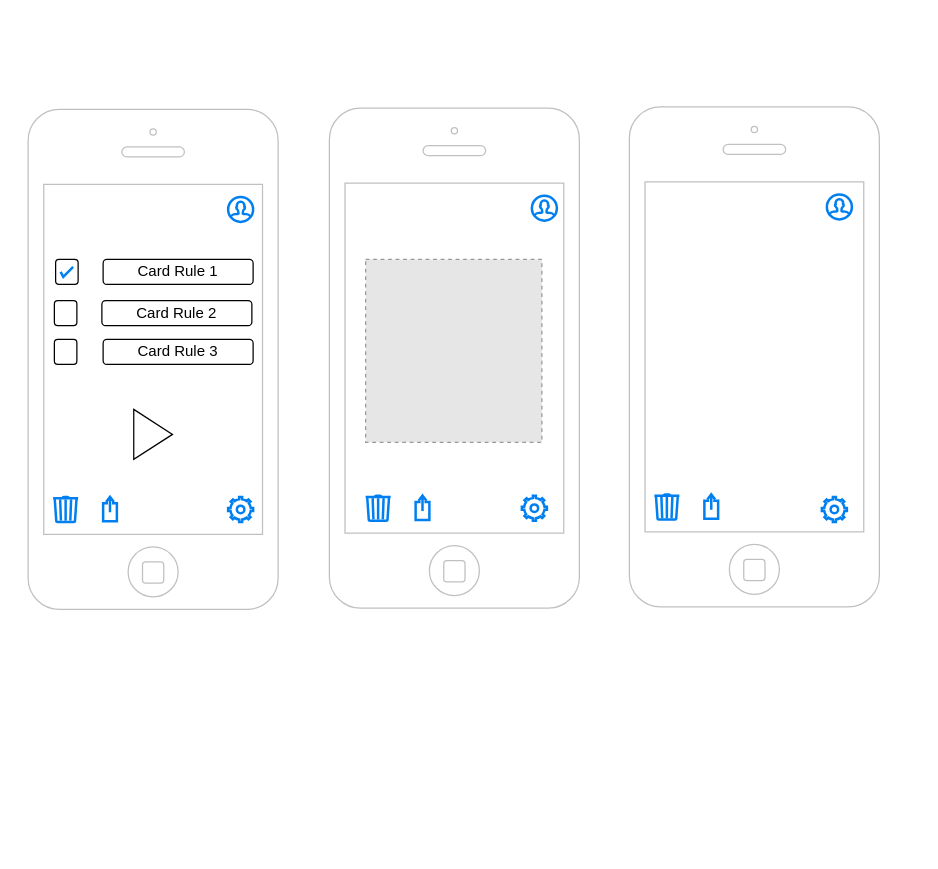
Plymouth-University/comp2003-2025-2026-team-29 keeps this draw.io diagram as Design Documents/Rulescard wireframe diagram.drawio. Above is the earlier version. Source tidied: cells renumbered, new cells numbered last; positions are measured from the earlier drawing's top-left corner, leaving out a move shared by most shapes. Both pictures are drawn from the tidied source at 125%, with x=0, y=0 at pixel (28, 106). Pictures stored in the file or linked from it are replaced by grey dashed boxes.
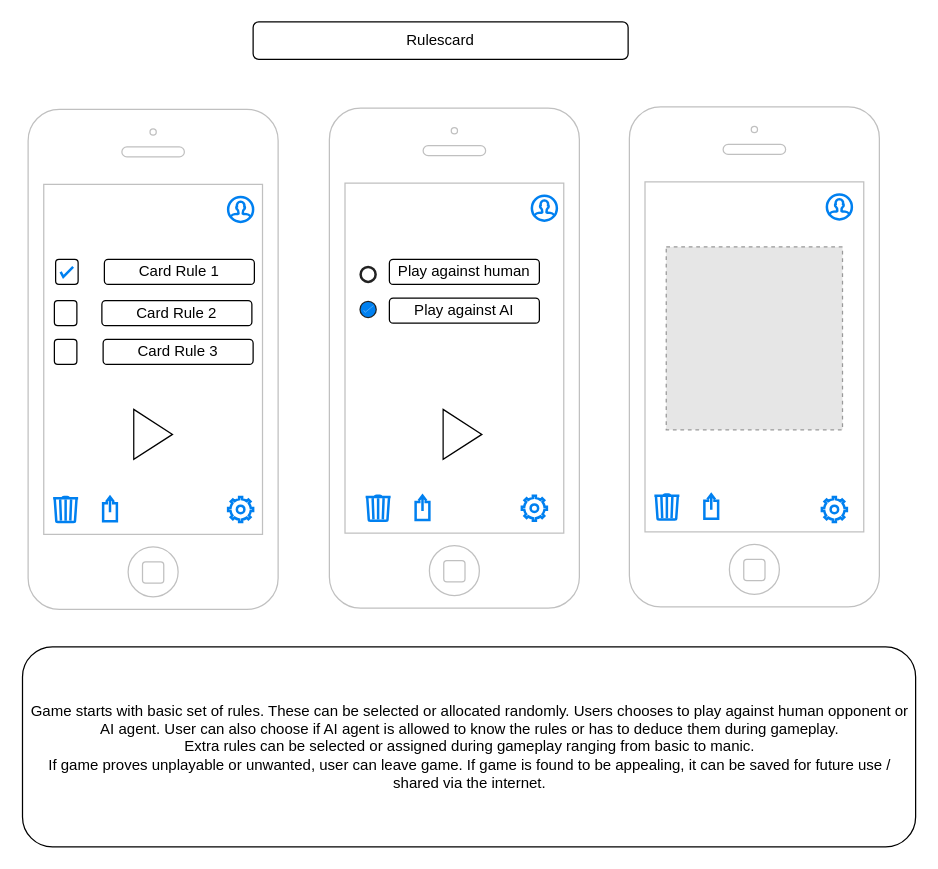
The same page after the edit.

The edit, as a diff of the source:
```diff
@@
     <mxCell id="18" value="Card Rule 1" style="rounded=1;whiteSpace=wrap;html=1;" parent="1" vertex="1">
-      <mxGeometry x="60" y="122" width="120" height="20" as="geometry" />
+      <mxGeometry x="61" y="122" width="120" height="20" as="geometry" />
     </mxCell>
@@
     <mxCell id="25" style="fillColor=#E6E6E6;strokeColor=#999999;dashed=1;verticalLabelPosition=bottom;verticalAlign=top;" parent="1" vertex="1">
-      <mxGeometry x="270" y="122" width="141" height="146.3" as="geometry" />
+      <mxGeometry x="510.5" y="112" width="141" height="146.3" as="geometry" />
     </mxCell>
@@
+    <mxCell id="27" value="Play against human" style="rounded=1;whiteSpace=wrap;html=1;" parent="1" vertex="1">
+      <mxGeometry x="289" y="122" width="120" height="20" as="geometry" />
+    </mxCell>
+    <mxCell id="28" value="Play against AI" style="rounded=1;whiteSpace=wrap;html=1;" parent="1" vertex="1">
+      <mxGeometry x="289" y="153" width="120" height="20" as="geometry" />
+    </mxCell>
+    <mxCell id="29" style="html=1;verticalLabelPosition=bottom;labelBackgroundColor=#ffffff;verticalAlign=top;shadow=0;dashed=0;strokeWidth=2;shape=mxgraph.ios7.misc.circle;strokeColor=#222222;fillColor=none;" parent="1" vertex="1">
+      <mxGeometry x="266" y="128" width="12" height="12" as="geometry" />
+    </mxCell>
+    <mxCell id="30" style="html=1;verticalLabelPosition=bottom;labelBackgroundColor=#ffffff;verticalAlign=top;shadow=0;dashed=0;strokeWidth=2;shape=mxgraph.ios7.misc.circle;strokeColor=#222222;fillColor=none;" parent="1" vertex="1">
+      <mxGeometry x="266" y="156" width="12" height="12" as="geometry" />
+    </mxCell>
+    <mxCell id="31" style="html=1;verticalLabelPosition=bottom;labelBackgroundColor=#ffffff;verticalAlign=top;shadow=0;dashed=0;strokeWidth=2;shape=mxgraph.ios7.misc.select;fillColor=#0080f0;strokeColor=#ffffff;sketch=0;" parent="1" vertex="1">
+      <mxGeometry x="266" y="156" width="12" height="12" as="geometry" />
+    </mxCell>
+    <mxCell id="32" value="Rulescard" style="rounded=1;whiteSpace=wrap;html=1;" parent="1" vertex="1">
+      <mxGeometry x="180" y="-68" width="300" height="30" as="geometry" />
+    </mxCell>
+    <mxCell id="33" value="Game starts with basic set of rules. These can be selected or allocated randomly. Users chooses to play against human opponent or AI agent. User can also choose if AI agent is allowed to know the rules or has to deduce them during gameplay.&lt;div&gt;Extra rules can be selected or assigned during gameplay ranging from basic to manic.&lt;/div&gt;&lt;div&gt;If game proves unplayable or unwanted, user can leave game. If game is found to be appealing, it can be saved for future use / shared via the internet.&lt;/div&gt;" style="rounded=1;whiteSpace=wrap;html=1;" parent="1" vertex="1">
+      <mxGeometry x="-4.5" y="432" width="714.5" height="160" as="geometry" />
+    </mxCell>
+    <mxCell id="34" style="triangle;whiteSpace=wrap;html=1;" parent="1" vertex="1">
+      <mxGeometry x="332" y="242" width="31" height="40" as="geometry" />
+    </mxCell>
```
